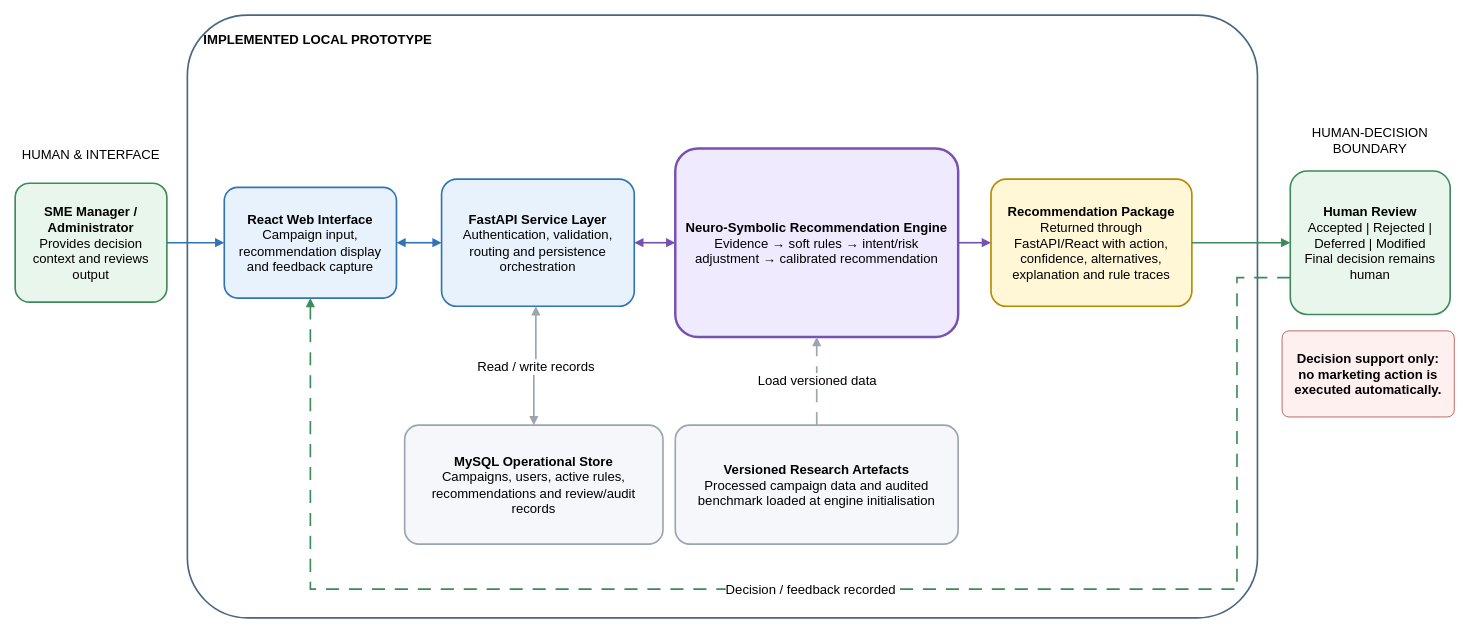
j1ngy0ng/FYP-Desicion-Support-System keeps this draw.io diagram as docs/chapter4_figures/Figure_4_1_Overall_Architecture_Final_Corrected.drawio. Above is the earlier version. Source tidied: cells renumbered, new cells numbered last; positions are measured from the earlier drawing's top-left corner, leaving out a move shared by most shapes. Both pictures are drawn from the tidied source at 82%, with x=0, y=0 at pixel (15, 15).
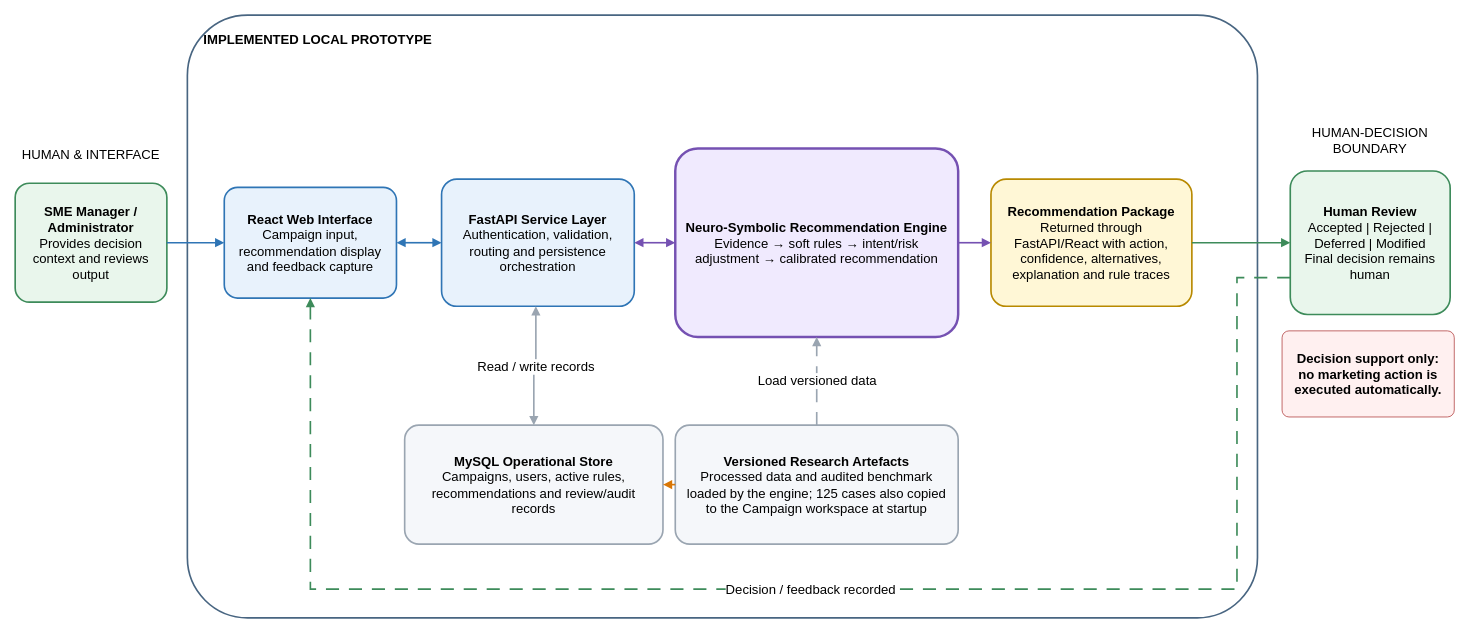
The same page after the edit.

The change refers to these unchanged cells:
```xml
<mxCell id="9" value="&lt;b&gt;MySQL Operational Store&lt;/b&gt;&lt;br&gt;&lt;font&gt;Campaigns, users, active rules, recommendations and review/audit records&lt;/font&gt;" style="rounded=1;arcSize=12;whiteSpace=wrap;html=1;align=center;verticalAlign=middle;spacing=10;fontFamily=Arial;fontSize=16;fontColor=light-dark(#000000, #b1c8df);fillColor=#F5F7FA;strokeColor=#9AA5B1;strokeWidth=2;" parent="1" vertex="1">
  <mxGeometry x="475" y="500" width="315" height="145" as="geometry" />
</mxCell>
```

What changed in the source:
```diff
@@
-    <mxCell id="10" value="&lt;b&gt;Versioned Research Artefacts&lt;/b&gt;&lt;br&gt;&lt;font&gt;Processed campaign data and audited benchmark loaded at engine initialisation&lt;/font&gt;" style="rounded=1;arcSize=12;whiteSpace=wrap;html=1;align=center;verticalAlign=middle;spacing=10;fontFamily=Arial;fontSize=16;fontColor=light-dark(#000000, #b1c8df);fillColor=#F5F7FA;strokeColor=#9AA5B1;strokeWidth=2;" parent="1" vertex="1">
+    <mxCell id="10" value="&lt;b&gt;Versioned Research Artefacts&lt;/b&gt;&lt;br&gt;&lt;font&gt;Processed data and audited benchmark loaded by the engine; 125 cases also copied to the Campaign workspace at startup&lt;/font&gt;" style="rounded=1;arcSize=12;whiteSpace=wrap;html=1;align=center;verticalAlign=middle;spacing=10;fontFamily=Arial;fontSize=16;fontColor=light-dark(#000000, #b1c8df);fillColor=#F5F7FA;strokeColor=#9AA5B1;strokeWidth=2;" parent="1" vertex="1">
       <mxGeometry x="805" y="500" width="345" height="145" as="geometry" />
     </mxCell>
@@
+    <mxCell id="22" style="edgeStyle=orthogonalEdgeStyle;rounded=0;jettySize=auto;html=1;endArrow=block;endFill=1;strokeWidth=2;strokeColor=#D97706;fontFamily=Arial;fontSize=16;fontColor=light-dark(#000000, #b1c8df);labelBackgroundColor=#FFFFFF;dashed=1;dashPattern=8 6;entryX=1;entryY=0.5;entryDx=0;entryDy=0;exitX=0;exitY=0.5;exitDx=0;exitDy=0;" parent="1" edge="1" source="10" target="9">
+      <mxGeometry relative="1" as="geometry" />
+    </mxCell>
```
